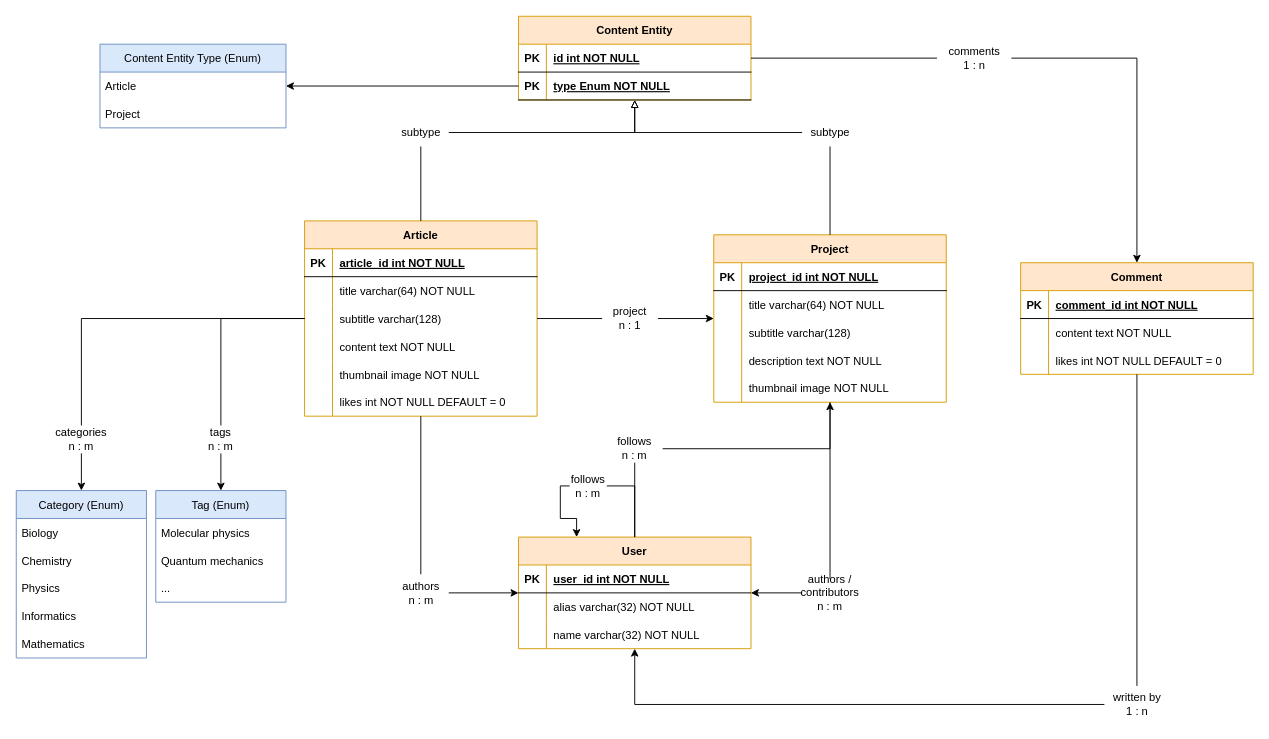
This is entity_relationship_diagram.drawio from lord-haffi/PulpScience, a draw.io file, before an edit. Source tidied: cells renumbered, new cells numbered last; positions are measured from the earlier drawing's top-left corner, leaving out a move shared by most shapes. Both pictures are drawn from the tidied source at 93%, with x=0, y=0 at pixel (16, 16).
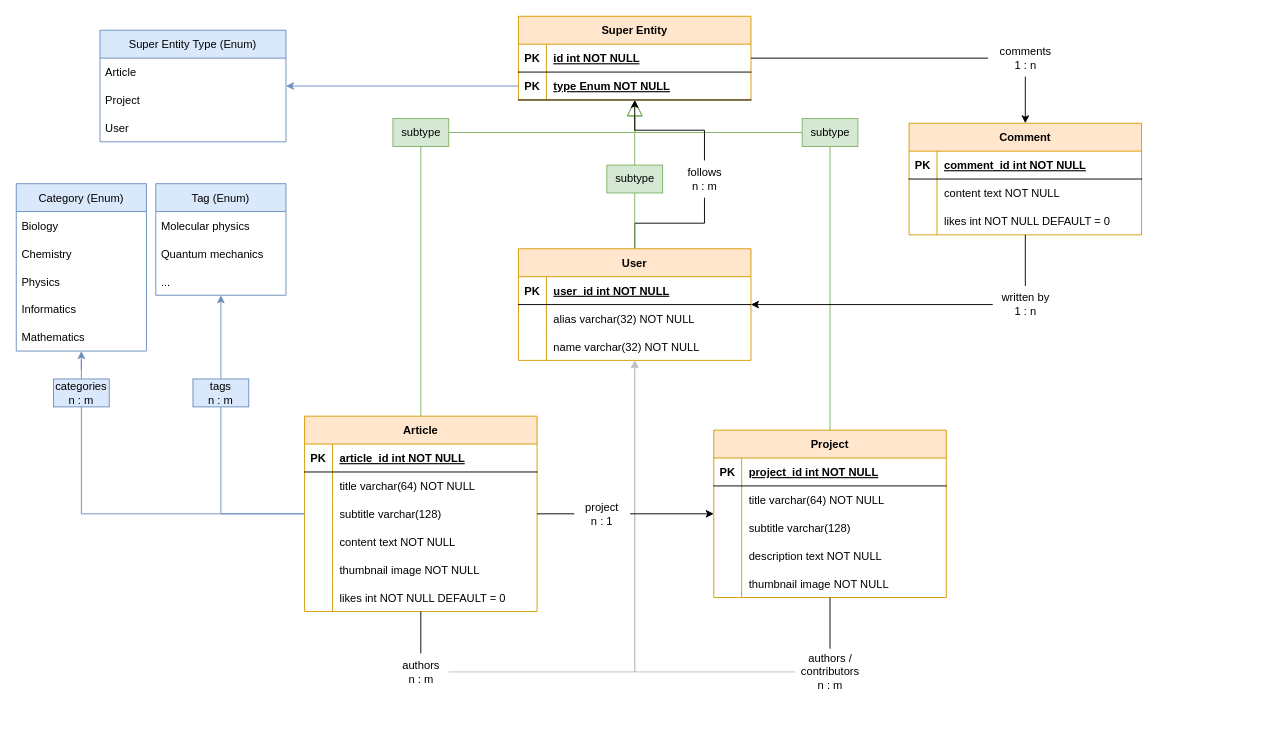
The same diagram, later.

Unchanged cells that the change refers to:
```xml
<mxCell id="91" style="shape=partialRectangle;fillColor=none;points=[[0,0.5],[1,0.5]];portConstraint=eastwest;top=0;left=0;right=0;bottom=1;" parent="87" vertex="1">
  <mxGeometry y="60" width="250" height="30" as="geometry" />
</mxCell>
```

What changed in the source:
```diff
@@
-    <mxCell id="2" style="edgeStyle=orthogonalEdgeStyle;rounded=0;jettySize=auto;html=1;endArrow=classic;endFill=1;startArrow=none;" parent="1" edge="1" source="104" target="55">
-      <mxGeometry relative="1" as="geometry" />
-    </mxCell>
+    <mxCell id="13" style="edgeStyle=orthogonalEdgeStyle;rounded=0;jettySize=auto;html=1;startArrow=none;endArrow=classic;endFill=1;fillColor=#eeeeee;strokeColor=#C0C0C0;" parent="1" edge="1" source="37" target="3">
+      <mxGeometry relative="1" as="geometry" />
+    </mxCell>
+    <mxCell id="53" style="edgeStyle=orthogonalEdgeStyle;rounded=0;jettySize=auto;html=1;endArrow=classic;endFill=1;startArrow=none;fillColor=#eeeeee;strokeColor=#C0C0C0;" parent="1" edge="1" source="71" target="3">
+      <mxGeometry relative="1" as="geometry" />
+    </mxCell>
+    <mxCell id="111" style="edgeStyle=orthogonalEdgeStyle;rounded=0;jettySize=auto;html=1;endArrow=block;endFill=0;endSize=15;startArrow=none;fillColor=#d5e8d4;strokeColor=#82b366;" parent="1" edge="1" source="114" target="87">
+      <mxGeometry relative="1" as="geometry" />
+    </mxCell>
+    <mxCell id="112" style="edgeStyle=orthogonalEdgeStyle;rounded=0;jettySize=auto;html=1;endArrow=none;endFill=0;endSize=15;" parent="1" edge="1" source="3" target="117">
+      <mxGeometry relative="1" as="geometry" />
+    </mxCell>
     <mxCell id="3" value="User" style="shape=table;startSize=30;childLayout=tableLayout;rowLines=0;fontStyle=1;align=center;fillColor=#ffe6cc;strokeColor=#d79b00;" parent="1" vertex="1">
-      <mxGeometry x="540" y="560" width="250" height="120" as="geometry" />
+      <mxGeometry x="540" y="250" width="250" height="120" as="geometry" />
     </mxCell>
@@
-    <mxCell id="13" style="edgeStyle=orthogonalEdgeStyle;rounded=0;jettySize=auto;html=1;startArrow=none;endArrow=classic;endFill=1;" parent="1" edge="1" source="37" target="3">
-      <mxGeometry relative="1" as="geometry" />
-    </mxCell>
-    <mxCell id="14" style="edgeStyle=orthogonalEdgeStyle;rounded=0;jettySize=auto;html=1;endArrow=classic;endFill=1;startArrow=none;" parent="1" edge="1" source="45" target="39">
+    <mxCell id="14" style="edgeStyle=orthogonalEdgeStyle;rounded=0;jettySize=auto;html=1;endArrow=classic;endFill=1;startArrow=none;fillColor=#dae8fc;strokeColor=#6c8ebf;" parent="1" edge="1" source="45" target="39">
       <mxGeometry relative="1" as="geometry" />
     </mxCell>
-    <mxCell id="15" style="edgeStyle=orthogonalEdgeStyle;rounded=0;jettySize=auto;html=1;endArrow=classic;endFill=1;startArrow=none;" parent="1" edge="1" source="51" target="47">
+    <mxCell id="15" style="edgeStyle=orthogonalEdgeStyle;rounded=0;jettySize=auto;html=1;endArrow=classic;endFill=1;startArrow=none;fillColor=#dae8fc;strokeColor=#6c8ebf;" parent="1" edge="1" source="51" target="47">
       <mxGeometry relative="1" as="geometry" />
     </mxCell>
@@
-    <mxCell id="17" style="edgeStyle=orthogonalEdgeStyle;rounded=0;jettySize=auto;html=1;endArrow=block;endFill=0;startArrow=none;" parent="1" edge="1" source="96" target="87">
+    <mxCell id="17" style="edgeStyle=orthogonalEdgeStyle;rounded=0;jettySize=auto;html=1;endArrow=block;endFill=0;startArrow=none;endSize=15;fillColor=#d5e8d4;strokeColor=#82b366;" parent="1" edge="1" source="96" target="87">
       <mxGeometry relative="1" as="geometry" />
     </mxCell>
+    <mxCell id="52" style="edgeStyle=orthogonalEdgeStyle;rounded=0;jettySize=auto;html=1;endArrow=none;endFill=0;fillColor=#dae8fc;strokeColor=#6c8ebf;" parent="1" edge="1" source="18" target="51">
+      <mxGeometry relative="1" as="geometry" />
+    </mxCell>
     <mxCell id="18" value="Article" style="shape=table;startSize=30;childLayout=tableLayout;rowLines=0;fontStyle=1;align=center;fillColor=#ffe6cc;strokeColor=#d79b00;" parent="1" vertex="1">
-      <mxGeometry x="310" y="220" width="250" height="210" as="geometry" />
+      <mxGeometry x="310" y="430" width="250" height="210" as="geometry" />
     </mxCell>
@@
     <mxCell id="37" value="&lt;div&gt;authors&lt;br&gt;&lt;/div&gt;&lt;div&gt;n : m&lt;/div&gt;" style="text;html=1;align=center;verticalAlign=middle;points=[];strokeColor=none;fillColor=none;" parent="1" vertex="1">
-      <mxGeometry x="405" y="600" width="60" height="40" as="geometry" />
+      <mxGeometry x="405" y="685" width="60" height="40" as="geometry" />
     </mxCell>
@@
     <mxCell id="39" value="Category (Enum)" style="swimlane;fontStyle=0;horizontal=1;startSize=30;fillColor=#dae8fc;strokeColor=#6c8ebf;" parent="1" vertex="1">
-      <mxGeometry y="510" width="140" height="180" as="geometry" />
+      <mxGeometry y="180" width="140" height="180" as="geometry" />
     </mxCell>
@@
-    <mxCell id="45" value="&lt;div&gt;categories&lt;/div&gt;&lt;div&gt;n : m&lt;br&gt;&lt;/div&gt;" style="text;html=1;strokeColor=none;fillColor=none;align=center;verticalAlign=middle;whiteSpace=wrap;rounded=0;" parent="1" vertex="1">
-      <mxGeometry x="40" y="440" width="60" height="30" as="geometry" />
+    <mxCell id="45" value="&lt;div&gt;categories&lt;/div&gt;&lt;div&gt;n : m&lt;br&gt;&lt;/div&gt;" style="text;html=1;strokeColor=#6c8ebf;fillColor=#dae8fc;align=center;verticalAlign=middle;whiteSpace=wrap;rounded=0;" parent="1" vertex="1">
+      <mxGeometry x="40" y="390" width="60" height="30" as="geometry" />
     </mxCell>
-    <mxCell id="46" style="edgeStyle=orthogonalEdgeStyle;rounded=0;jettySize=auto;html=1;endArrow=none;endFill=1;" parent="1" edge="1" source="18" target="45">
+    <mxCell id="46" style="edgeStyle=orthogonalEdgeStyle;rounded=0;jettySize=auto;html=1;endArrow=none;endFill=1;fillColor=#dae8fc;strokeColor=#6c8ebf;" parent="1" edge="1" source="18" target="45">
       <mxGeometry relative="1" as="geometry" />
     </mxCell>
     <mxCell id="47" value="Tag (Enum)" style="swimlane;fontStyle=0;horizontal=1;startSize=30;fillColor=#dae8fc;strokeColor=#6c8ebf;" parent="1" vertex="1">
-      <mxGeometry x="150" y="510" width="140" height="120" as="geometry" />
+      <mxGeometry x="150" y="180" width="140" height="120" as="geometry" />
     </mxCell>
@@
-    <mxCell id="51" value="&lt;div&gt;tags&lt;/div&gt;&lt;div&gt;n : m&lt;br&gt;&lt;/div&gt;" style="text;html=1;strokeColor=none;fillColor=none;align=center;verticalAlign=middle;whiteSpace=wrap;rounded=0;" parent="1" vertex="1">
-      <mxGeometry x="190" y="440" width="60" height="30" as="geometry" />
+    <mxCell id="51" value="&lt;div&gt;tags&lt;/div&gt;&lt;div&gt;n : m&lt;br&gt;&lt;/div&gt;" style="text;html=1;strokeColor=#6c8ebf;fillColor=#dae8fc;align=center;verticalAlign=middle;whiteSpace=wrap;rounded=0;" parent="1" vertex="1">
+      <mxGeometry x="190" y="390" width="60" height="30" as="geometry" />
     </mxCell>
-    <mxCell id="52" style="edgeStyle=orthogonalEdgeStyle;rounded=0;jettySize=auto;html=1;endArrow=none;endFill=1;" parent="1" edge="1" source="18" target="51">
-      <mxGeometry relative="1" as="geometry" />
-    </mxCell>
-    <mxCell id="53" style="edgeStyle=orthogonalEdgeStyle;rounded=0;jettySize=auto;html=1;endArrow=classic;endFill=1;startArrow=none;" parent="1" edge="1" source="71" target="3">
-      <mxGeometry relative="1" as="geometry" />
-    </mxCell>
-    <mxCell id="54" style="edgeStyle=orthogonalEdgeStyle;rounded=0;jettySize=auto;html=1;endArrow=block;endFill=0;startArrow=none;" parent="1" edge="1" source="94" target="87">
+    <mxCell id="54" style="edgeStyle=orthogonalEdgeStyle;rounded=0;jettySize=auto;html=1;endArrow=block;endFill=0;startArrow=none;endSize=15;fillColor=#d5e8d4;strokeColor=#82b366;" parent="1" edge="1" source="94" target="87">
       <mxGeometry relative="1" as="geometry" />
     </mxCell>
     <mxCell id="55" value="Project" style="shape=table;startSize=30;childLayout=tableLayout;rowLines=0;fontStyle=1;align=center;fillColor=#ffe6cc;strokeColor=#d79b00;" parent="1" vertex="1">
-      <mxGeometry x="750" y="235" width="250" height="180" as="geometry" />
+      <mxGeometry x="750" y="445" width="250" height="180" as="geometry" />
     </mxCell>
@@
     <mxCell id="71" value="&lt;div&gt;authors / contributors&lt;/div&gt;&lt;div&gt;n : m&lt;br&gt;&lt;/div&gt;" style="text;html=1;strokeColor=none;fillColor=none;align=center;verticalAlign=middle;whiteSpace=wrap;rounded=0;" parent="1" vertex="1">
-      <mxGeometry x="845" y="605" width="60" height="30" as="geometry" />
+      <mxGeometry x="837.5" y="680" width="75" height="50" as="geometry" />
     </mxCell>
@@
-    <mxCell id="73" value="&lt;div&gt;project&lt;/div&gt;&lt;div&gt;n : 1&lt;br&gt;&lt;/div&gt;" style="text;html=1;strokeColor=none;fillColor=none;align=center;verticalAlign=middle;whiteSpace=wrap;rounded=0;" parent="1" vertex="1">
-      <mxGeometry x="630" y="310" width="60" height="30" as="geometry" />
-    </mxCell>
@@
-    <mxCell id="75" style="edgeStyle=orthogonalEdgeStyle;rounded=0;jettySize=auto;html=1;endArrow=classic;endFill=1;elbow=vertical;startArrow=none;" parent="1" edge="1" source="109" target="3">
-      <mxGeometry relative="1" as="geometry" />
-    </mxCell>
     <mxCell id="76" value="Comment" style="shape=table;startSize=30;childLayout=tableLayout;rowLines=0;fontStyle=1;align=center;fillColor=#ffe6cc;strokeColor=#d79b00;" parent="1" vertex="1">
-      <mxGeometry x="1080" y="265" width="250" height="120" as="geometry" />
+      <mxGeometry x="960" y="115" width="250" height="120" as="geometry" />
     </mxCell>
@@
-    <mxCell id="87" value="Content Entity" style="shape=table;startSize=30;childLayout=tableLayout;rowLines=0;fontStyle=1;align=center;fillColor=#ffe6cc;strokeColor=#d79b00;" parent="1" vertex="1">
+    <mxCell id="87" value="Super Entity" style="shape=table;startSize=30;childLayout=tableLayout;rowLines=0;fontStyle=1;align=center;fillColor=#ffe6cc;strokeColor=#d79b00;" parent="1" vertex="1">
       <mxGeometry x="540" width="250" height="90" as="geometry" />
     </mxCell>
@@
-    <mxCell id="94" value="subtype" style="text;html=1;align=center;verticalAlign=middle;points=[];strokeColor=none;fillColor=none;" parent="1" vertex="1">
+    <mxCell id="94" value="subtype" style="text;html=1;align=center;verticalAlign=middle;points=[];strokeColor=#82b366;fillColor=#d5e8d4;" parent="1" vertex="1">
       <mxGeometry x="845" y="110" width="60" height="30" as="geometry" />
     </mxCell>
-    <mxCell id="95" style="edgeStyle=orthogonalEdgeStyle;rounded=0;jettySize=auto;html=1;endArrow=none;endFill=0;" parent="1" edge="1" source="55" target="94">
+    <mxCell id="95" style="edgeStyle=orthogonalEdgeStyle;rounded=0;jettySize=auto;html=1;endArrow=none;endFill=0;fillColor=#d5e8d4;strokeColor=#82b366;" parent="1" edge="1" source="55" target="94">
       <mxGeometry relative="1" as="geometry" />
     </mxCell>
-    <mxCell id="96" value="subtype" style="text;html=1;align=center;verticalAlign=middle;points=[];strokeColor=none;fillColor=none;" parent="1" vertex="1">
+    <mxCell id="96" value="subtype" style="text;html=1;align=center;verticalAlign=middle;points=[];strokeColor=#82b366;fillColor=#d5e8d4;" parent="1" vertex="1">
       <mxGeometry x="405" y="110" width="60" height="30" as="geometry" />
     </mxCell>
-    <mxCell id="97" style="edgeStyle=orthogonalEdgeStyle;rounded=0;jettySize=auto;html=1;endArrow=none;endFill=0;" parent="1" edge="1" source="18" target="96">
+    <mxCell id="97" style="edgeStyle=orthogonalEdgeStyle;rounded=0;jettySize=auto;html=1;endArrow=none;endFill=0;fillColor=#d5e8d4;strokeColor=#82b366;" parent="1" edge="1" source="18" target="96">
       <mxGeometry relative="1" as="geometry" />
     </mxCell>
-    <mxCell id="98" value="Content Entity Type (Enum)" style="swimlane;fontStyle=0;horizontal=1;startSize=30;fillColor=#dae8fc;strokeColor=#6c8ebf;" parent="1" vertex="1">
-      <mxGeometry x="90" y="30" width="200" height="90" as="geometry" />
+    <mxCell id="98" value="Super Entity Type (Enum)" style="swimlane;fontStyle=0;horizontal=1;startSize=30;fillColor=#dae8fc;strokeColor=#6c8ebf;" parent="1" vertex="1">
+      <mxGeometry x="90" y="15" width="200" height="120" as="geometry" />
     </mxCell>
@@
+    <mxCell id="113" value="User" style="text;strokeColor=none;fillColor=none;align=left;verticalAlign=middle;spacingLeft=4;spacingRight=4;overflow=hidden;" parent="98" vertex="1">
+      <mxGeometry y="90" width="200" height="30" as="geometry" />
+    </mxCell>
-    <mxCell id="101" style="edgeStyle=orthogonalEdgeStyle;rounded=0;jettySize=auto;html=1;endArrow=classic;endFill=1;" parent="1" edge="1" source="91" target="98">
+    <mxCell id="101" style="edgeStyle=orthogonalEdgeStyle;rounded=0;jettySize=auto;html=1;endArrow=classic;endFill=1;fillColor=#dae8fc;strokeColor=#6c8ebf;" parent="1" edge="1" source="91" target="98">
       <mxGeometry relative="1" as="geometry" />
     </mxCell>
     <mxCell id="102" value="&lt;div&gt;comments&lt;/div&gt;&lt;div&gt;1 : n&lt;br&gt;&lt;/div&gt;" style="text;html=1;align=center;verticalAlign=middle;points=[];strokeColor=none;fillColor=none;" parent="1" vertex="1">
-      <mxGeometry x="990" y="25" width="80" height="40" as="geometry" />
+      <mxGeometry x="1045" y="25" width="80" height="40" as="geometry" />
     </mxCell>
@@
-    <mxCell id="104" value="&lt;div&gt;follows&lt;/div&gt;&lt;div&gt;n : m&lt;br&gt;&lt;/div&gt;" style="text;html=1;strokeColor=none;fillColor=none;align=center;verticalAlign=middle;whiteSpace=wrap;rounded=0;" parent="1" vertex="1">
-      <mxGeometry x="635" y="450" width="60" height="30" as="geometry" />
-    </mxCell>
-    <mxCell id="105" style="edgeStyle=orthogonalEdgeStyle;rounded=0;jettySize=auto;html=1;endArrow=none;endFill=1;" parent="1" edge="1" source="3" target="104">
-      <mxGeometry relative="1" as="geometry" />
-    </mxCell>
-    <mxCell id="106" style="endArrow=classic;html=1;rounded=0;exitX=0;exitY=0.5;exitDx=0;exitDy=0;startArrow=none;entryX=0.25;entryY=0;entryDx=0;entryDy=0;edgeStyle=orthogonalEdgeStyle;" parent="1" edge="1" source="107" target="3">
-      <mxGeometry relative="1" as="geometry" />
-    </mxCell>
-    <mxCell id="107" value="&lt;div&gt;follows&lt;/div&gt;&lt;div&gt;n : m&lt;br&gt;&lt;/div&gt;" style="text;html=1;strokeColor=none;fillColor=none;align=center;verticalAlign=middle;whiteSpace=wrap;rounded=0;" parent="1" vertex="1">
-      <mxGeometry x="595" y="490" width="40" height="30" as="geometry" />
-    </mxCell>
-    <mxCell id="108" style="endArrow=none;html=1;rounded=0;exitX=0.5;exitY=0;exitDx=0;exitDy=0;entryX=1;entryY=0.5;entryDx=0;entryDy=0;edgeStyle=orthogonalEdgeStyle;" parent="1" edge="1" source="3" target="107">
-      <mxGeometry relative="1" as="geometry" />
-    </mxCell>
     <mxCell id="109" value="&lt;div&gt;written by&lt;/div&gt;&lt;div&gt;1 : n&lt;br&gt;&lt;/div&gt;" style="text;html=1;align=center;verticalAlign=middle;points=[];strokeColor=none;fillColor=none;" parent="1" vertex="1">
-      <mxGeometry x="1170" y="720" width="70" height="40" as="geometry" />
+      <mxGeometry x="1050" y="290" width="70" height="40" as="geometry" />
     </mxCell>
@@
+    <mxCell id="114" value="subtype" style="text;html=1;align=center;verticalAlign=middle;points=[];strokeColor=#82b366;fillColor=#d5e8d4;" parent="1" vertex="1">
+      <mxGeometry x="635" y="160" width="60" height="30" as="geometry" />
+    </mxCell>
+    <mxCell id="115" style="edgeStyle=orthogonalEdgeStyle;rounded=0;jettySize=auto;html=1;endArrow=none;endFill=0;endSize=15;fillColor=#d5e8d4;strokeColor=#82b366;" parent="1" edge="1" source="3" target="114">
+      <mxGeometry relative="1" as="geometry" />
+    </mxCell>
+    <mxCell id="73" value="&lt;div&gt;project&lt;/div&gt;&lt;div&gt;n : 1&lt;br&gt;&lt;/div&gt;" style="text;html=1;align=center;verticalAlign=middle;whiteSpace=wrap;rounded=0;" parent="1" vertex="1">
+      <mxGeometry x="600" y="520" width="60" height="30" as="geometry" />
+    </mxCell>
+    <mxCell id="116" style="edgeStyle=orthogonalEdgeStyle;rounded=0;jettySize=auto;html=1;endArrow=classic;endFill=1;endSize=6;" parent="1" edge="1" source="117" target="87">
+      <mxGeometry relative="1" as="geometry" />
+    </mxCell>
+    <mxCell id="117" value="&lt;div&gt;follows&lt;/div&gt;&lt;div&gt;n : m&lt;br&gt;&lt;/div&gt;" style="text;html=1;align=center;verticalAlign=middle;points=[];strokeColor=none;fillColor=none;" parent="1" vertex="1">
+      <mxGeometry x="710" y="155" width="60" height="40" as="geometry" />
+    </mxCell>
+    <mxCell id="75" style="edgeStyle=orthogonalEdgeStyle;rounded=0;jettySize=auto;html=1;endArrow=classic;endFill=1;elbow=vertical;startArrow=none;" parent="1" edge="1" source="109" target="3">
+      <mxGeometry relative="1" as="geometry" />
+    </mxCell>
```
